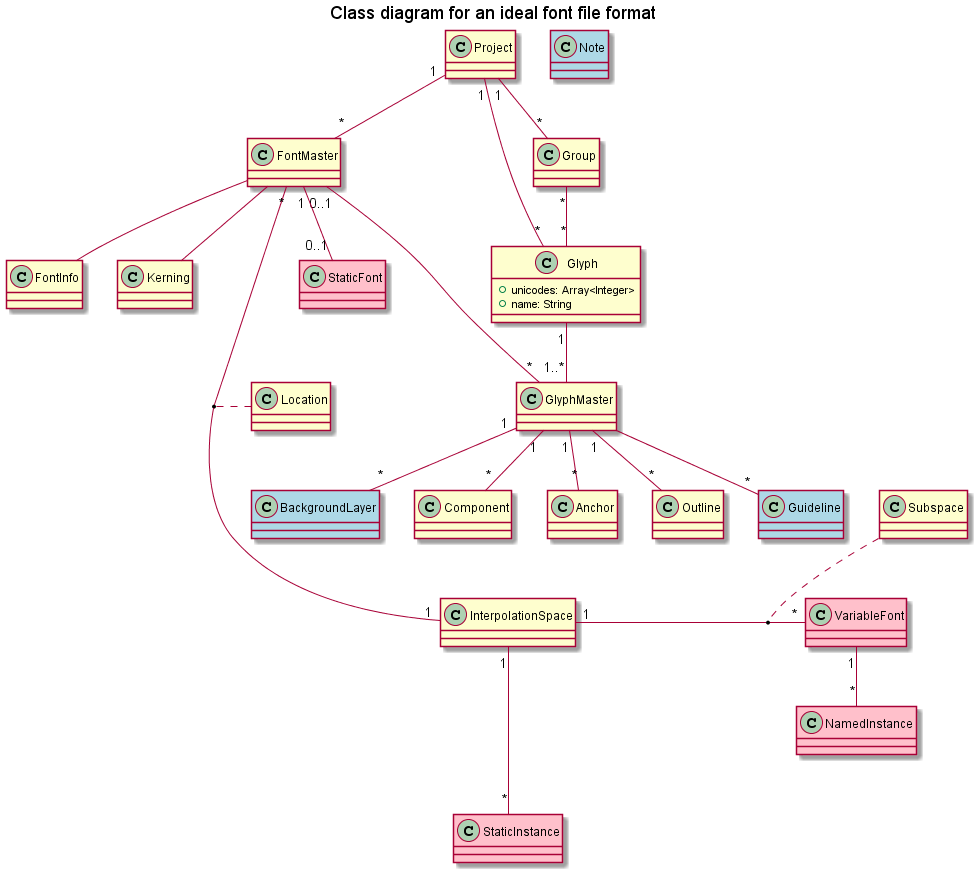
The PlantUML diagram ideal_file_format/class_diagram.png in daltonmaag/file-format-discussion, before a commit.
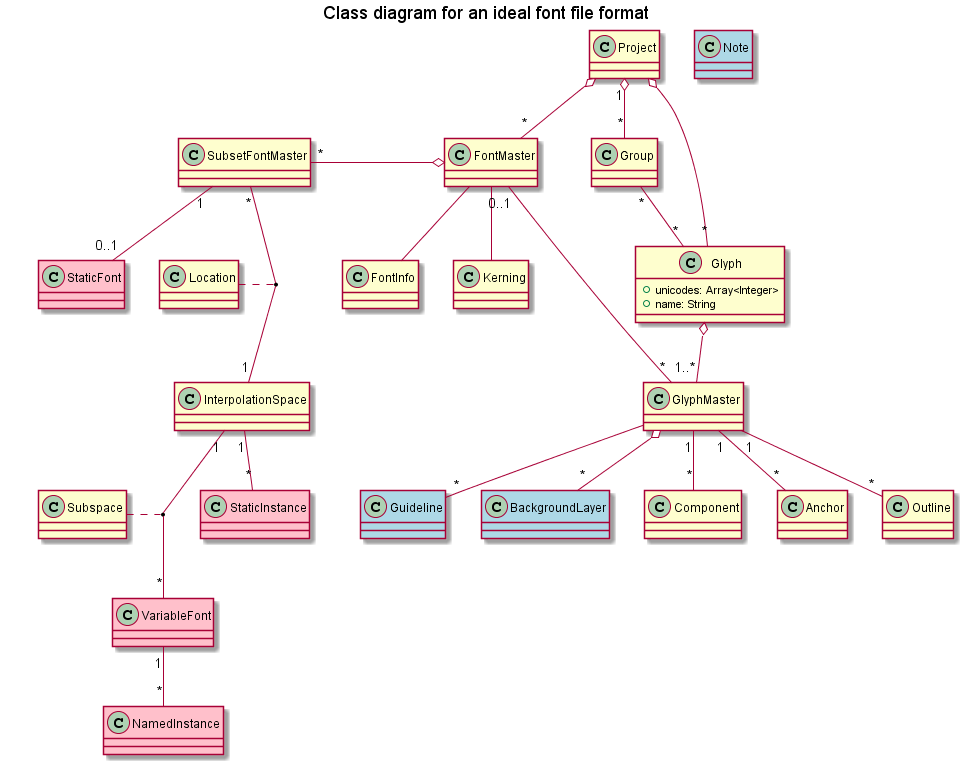
After the commit.

Commit message:
WIP Improve class diagram

The edit, as a diff of the source:
```diff
@@ -9,94 +9,104 @@
   BackgroundColor<<Output>> pink
 }
 
+class Guideline <<Process>> {
 
-  class Guideline <<Process>> {
+}
 
-  }
+class Note <<Process>> {
+
+}
+
+class BackgroundLayer <<Process>> {
+
+}
+
+class Project {
+
+}
+
+class FontInfo {
+
+}
+
+class FontMaster {
+
+}
+Project o-- "*" FontMaster
 
 
-  class Note <<Process>> {
+class Group {
 
-  }
+}
+Project "1" o-- "*" Group
+Group "*" -- "*" Glyph
 
-  class BackgroundLayer <<Process>> {
+class Component {
 
-  }
+}
+
+class Kerning {
+
+}
+FontMaster -- Kerning
+FontMaster -- FontInfo
+
+class Glyph {
+  + unicodes: Array<Integer>
+  + name: String
+
+}
+Project o-- "*" Glyph
+
+class GlyphMaster {
+
+}
+
+Glyph o-- "1..*" GlyphMaster
+FontMaster "0..1" -- "*" GlyphMaster
+
+class Component {
+
+}
+
+class Anchor {
+
+}
+
+class Outline {
+
+}
 
 
-  class Project {
+GlyphMaster "1" -- "*" Component
+GlyphMaster "1" -- "*" Anchor
+GlyphMaster "1" -- "*" Outline
 
+
+together {
+  class InterpolationSpace {
   }
-
-  class FontInfo {
-
-  }
-
-  class FontMaster {
-
-  }
-
-  class Group {
-
-  }
-
-  class Component {
-
-  }
-
-  class Kerning {
-
-  }
-  FontMaster -- Kerning
-  FontMaster -- FontInfo
-
-  class Glyph {
-    + unicodes: Array<Integer>
-    + name: String
-
-  }
-
-  class GlyphMaster {
-
-  }
-
-  class Component {
-
-  }
-
-  class Anchor {
-
-  }
-
-  class Outline {
-
-  }
-
-  class Group {
-
-  }
-  Project "1" -- "*" Group
-  Group "*" -- "*" Glyph
-
-  class InterpolationSpace {
-
-  }
+  SubsetFontMaster "*" -- "1" InterpolationSpace
 
   class Location {
 
   }
 
-  FontMaster "*" --- "1" InterpolationSpace
-  FontMaster "0..1" -- "*" GlyphMaster
-  GlyphMaster "1" -- "*" BackgroundLayer
+  GlyphMaster o-- "*" BackgroundLayer
   GlyphMaster -- "*" Guideline
 
-  Location .. (FontMaster, InterpolationSpace)
+  Location .. (SubsetFontMaster, InterpolationSpace)
+
+
+  class SubsetFontMaster {
+
+  }
+  FontMaster o- "*" SubsetFontMaster
 
   class StaticFont <<Output>> {
 
   }
-  FontMaster "1" -- "0..1" StaticFont
+  SubsetFontMaster "1" -- "0..1" StaticFont
 
   class Subspace {
 
@@ -105,7 +115,7 @@
   class VariableFont <<Output>> {
 
   }
-  InterpolationSpace "1" - "*" VariableFont
+  InterpolationSpace "1" -- "*" VariableFont
 
   Subspace .. (InterpolationSpace, VariableFont)
 
@@ -116,21 +126,8 @@
 
   class StaticInstance <<Output>> {
   }
-  InterpolationSpace "1" --- "*" StaticInstance
-
-
-Project "1" -- "*" FontMaster
-
-Project "1" -- "*" Glyph
-
-
-Glyph "1" -- "1..*" GlyphMaster
-
-GlyphMaster "1" -- "*" Component
-GlyphMaster "1" -- "*" Anchor
-GlyphMaster "1" -- "*" Outline
-
-
+  InterpolationSpace "1" -- "*" StaticInstance
+}
 
 
 @enduml
```
